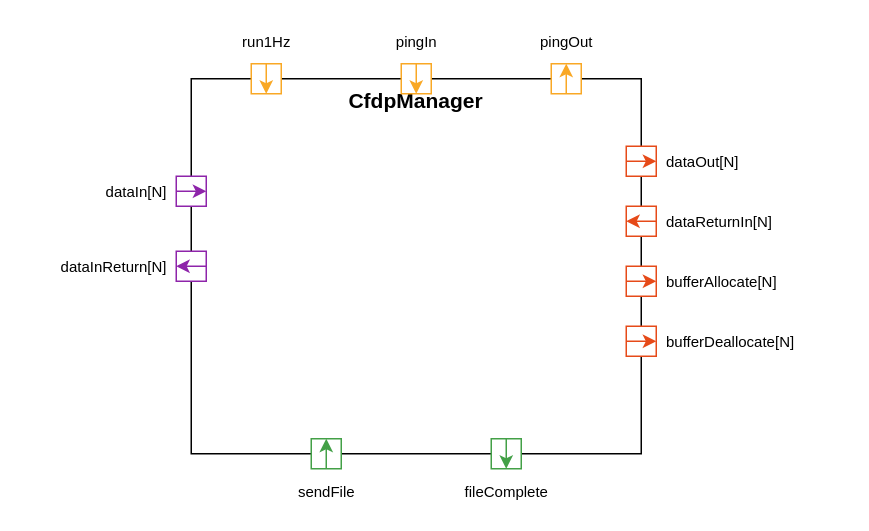
Before: Svc/Ccsds/CfdpManager/docs/img/CfdpManager.drawio in FireflySpace/fprime, a draw.io diagram. Source tidied: cells renumbered, new cells numbered last; positions are measured from the earlier drawing's top-left corner, leaving out a move shared by most shapes. Both pictures are drawn from the tidied source at 150%, with x=0, y=0 at pixel (26, 26).
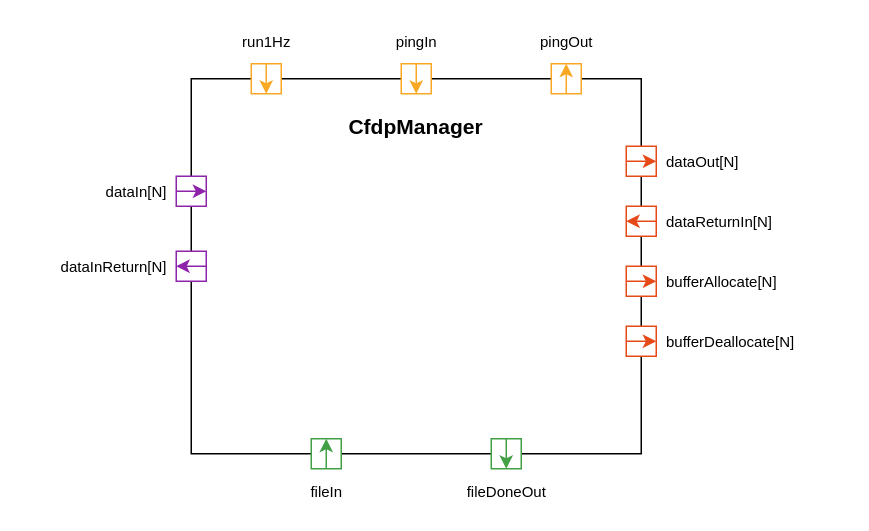
The same page after the edit.

Commit message (it also covers changes not shown here):
Added CfdpManager usage diagram and updated port naming to be consistent

Change to the diagram source:
```diff
@@
-    <mxCell id="2" value="CfdpManager" style="rounded=0;whiteSpace=wrap;html=1;fillColor=#FFFFFF;strokeColor=#000000;fontSize=14;fontStyle=1;verticalAlign=top;" parent="1" vertex="1">
+    <mxCell id="2" value="&lt;br&gt;CfdpManager" style="rounded=0;whiteSpace=wrap;html=1;fillColor=#FFFFFF;strokeColor=#000000;fontSize=14;fontStyle=1;verticalAlign=top;" parent="1" vertex="1">
       <mxGeometry x="110" y="35" width="300" height="250" as="geometry" />
     </mxCell>
@@
-    <mxCell id="31" value="sendFile" style="text;html=1;align=center;verticalAlign=middle;fontSize=10;" parent="1" vertex="1">
-      <mxGeometry x="175" y="300" width="50" height="20" as="geometry" />
-    </mxCell>
+    <mxCell id="36" value="fileIn" style="text;html=1;align=center;verticalAlign=middle;fontSize=10;" parent="1" vertex="1">
+      <mxGeometry x="175" y="300" width="50" height="20" as="geometry" />
+    </mxCell>
@@
-    <mxCell id="34" value="fileComplete" style="text;html=1;align=center;verticalAlign=middle;fontSize=10;" parent="1" vertex="1">
-      <mxGeometry x="285" y="300" width="70" height="20" as="geometry" />
-    </mxCell>
+    <mxCell id="37" value="fileDoneOut" style="text;html=1;align=center;verticalAlign=middle;fontSize=10;" parent="1" vertex="1">
+      <mxGeometry x="285" y="300" width="70" height="20" as="geometry" />
+    </mxCell>
```
